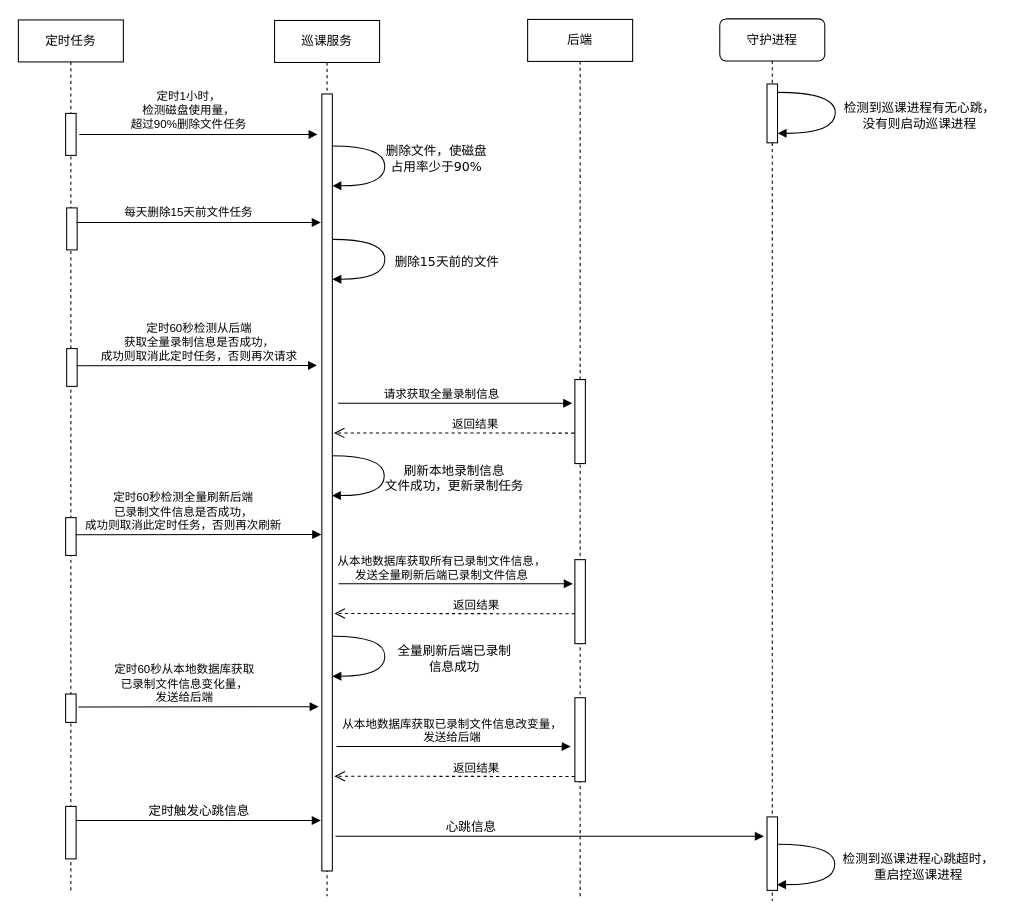
The draw.io diagram 巡课录制定时任务.drawio in huangPeiLc/drawio, before the edit. Source tidied: cells renumbered, new cells numbered last; positions are measured from the earlier drawing's top-left corner, leaving out a move shared by most shapes. Both pictures are drawn from the tidied source at 105%, with x=0, y=0 at pixel (18, 18).
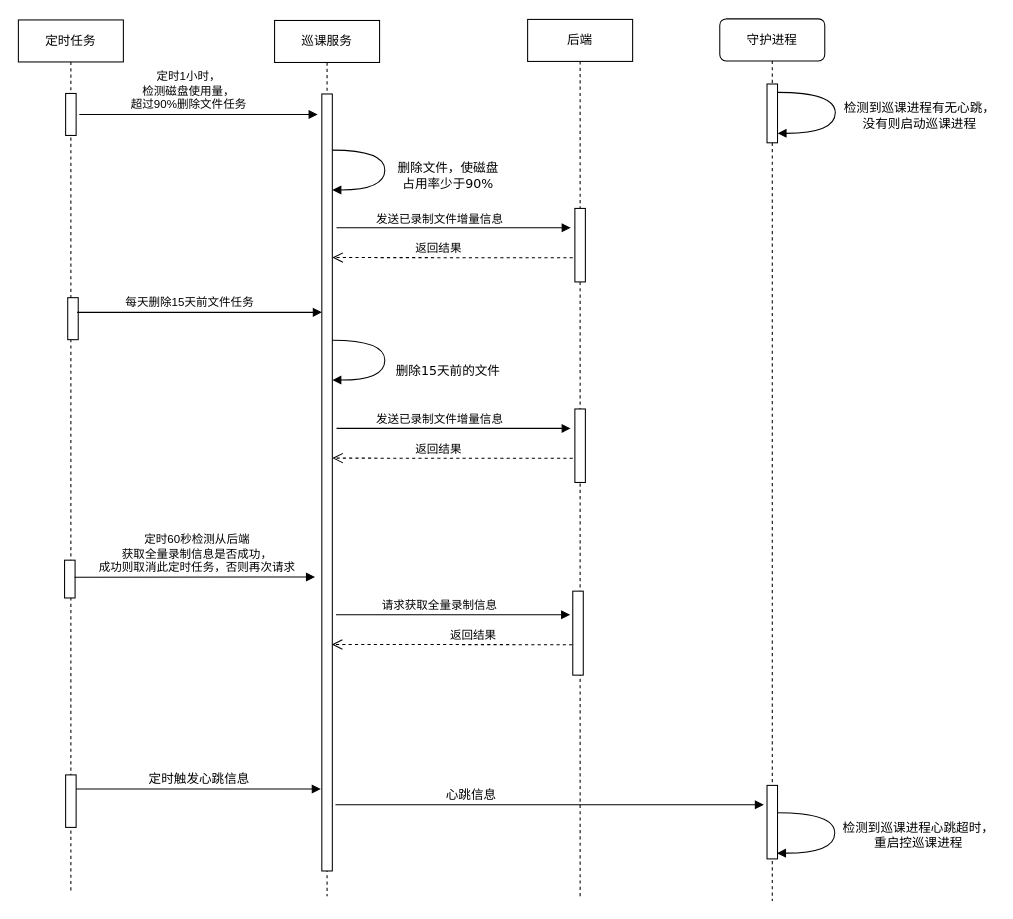
After the change.

Commit message:
Update 巡课录制定时任务.drawio

The change refers to these unchanged cells:
```xml
<mxCell id="4" value="定时任务" style="shape=umlLifeline;perimeter=lifelinePerimeter;whiteSpace=wrap;html=1;" parent="1" vertex="1">
  <mxGeometry y="1.5" width="100" height="829" as="geometry" />
</mxCell>
<mxCell id="12" value="后端" style="shape=umlLifeline;perimeter=lifelinePerimeter;whiteSpace=wrap;html=1;" parent="1" vertex="1">
  <mxGeometry x="485" y="1" width="100" height="835" as="geometry" />
</mxCell>
<mxCell id="30" value="守护进程" style="shape=umlLifeline;perimeter=lifelinePerimeter;whiteSpace=wrap;html=1;rounded=1;shadow=0;comic=0;labelBackgroundColor=none;strokeColor=#000000;strokeWidth=1;fillColor=#FFFFFF;fontFamily=Verdana;fontSize=12;fontColor=#000000;align=center;" parent="1" vertex="1">
  <mxGeometry x="668" y="0.5" width="100" height="840" as="geometry" />
</mxCell>
```

Change to the diagram source:
```diff
@@
     <mxCell id="5" style="html=1;perimeter=orthogonalPerimeter;" parent="4" vertex="1">
-      <mxGeometry x="46" y="313" width="10" height="36" as="geometry" />
+      <mxGeometry x="44" y="514.5" width="10" height="36" as="geometry" />
     </mxCell>
     <mxCell id="6" style="html=1;perimeter=orthogonalPerimeter;" parent="4" vertex="1">
-      <mxGeometry x="45" y="89" width="10" height="40" as="geometry" />
+      <mxGeometry x="45" y="70" width="10" height="40" as="geometry" />
     </mxCell>
     <mxCell id="7" style="html=1;perimeter=orthogonalPerimeter;" parent="4" vertex="1">
-      <mxGeometry x="46" y="179" width="10" height="40" as="geometry" />
+      <mxGeometry x="47" y="264.5" width="10" height="40" as="geometry" />
     </mxCell>
-    <mxCell id="8" style="html=1;perimeter=orthogonalPerimeter;" parent="4" vertex="1">
-      <mxGeometry x="45" y="474" width="10" height="36" as="geometry" />
-    </mxCell>
     <mxCell id="9" style="html=1;perimeter=orthogonalPerimeter;rounded=0;shadow=0;comic=0;labelBackgroundColor=none;strokeColor=#000000;strokeWidth=1;fillColor=#FFFFFF;fontFamily=Verdana;fontSize=12;fontColor=#000000;align=center;" parent="4" vertex="1">
-      <mxGeometry x="45" y="749" width="10" height="50" as="geometry" />
+      <mxGeometry x="45" y="719" width="10" height="50" as="geometry" />
     </mxCell>
     <mxCell id="10" value="&lt;div&gt;定时60秒检测从后端&lt;/div&gt;&lt;div&gt;获取全量录制信息是否成功，&lt;/div&gt;&lt;div&gt;成功则取消此定时任务，否则再次请求&lt;br&gt;&lt;/div&gt;" style="html=1;verticalAlign=bottom;endArrow=block;" parent="1" edge="1">
       <mxGeometry x="0.02" relative="1" as="geometry">
-        <mxPoint x="55.5" y="330.8" as="sourcePoint" />
-        <mxPoint x="284.5" y="330.5" as="targetPoint" />
+        <mxPoint x="53.5" y="532.3" as="sourcePoint" />
+        <mxPoint x="282.5" y="532" as="targetPoint" />
       </mxGeometry>
     </mxCell>
     <mxCell id="11" value="&lt;div&gt;定时1小时，&lt;/div&gt;&lt;div&gt;检测磁盘使用量，&lt;/div&gt;&lt;div&gt;超过90%删除文件任务&lt;/div&gt;" style="html=1;verticalAlign=bottom;endArrow=block;" parent="1" edge="1">
       <mxGeometry x="-0.08" y="1" relative="1" as="geometry">
-        <mxPoint x="58" y="110.5" as="sourcePoint" />
-        <mxPoint x="285" y="110.5" as="targetPoint" />
+        <mxPoint x="58" y="91.5" as="sourcePoint" />
+        <mxPoint x="285" y="91.5" as="targetPoint" />
       </mxGeometry>
     </mxCell>
@@
     <mxCell id="13" style="html=1;perimeter=orthogonalPerimeter;" parent="12" vertex="1">
-      <mxGeometry x="45" y="343" width="10" height="80" as="geometry" />
+      <mxGeometry x="43" y="544.5" width="10" height="80" as="geometry" />
     </mxCell>
-    <mxCell id="14" style="html=1;perimeter=orthogonalPerimeter;" parent="12" vertex="1">
-      <mxGeometry x="45" y="646" width="10" height="80" as="geometry" />
-    </mxCell>
+    <mxCell id="37" style="html=1;perimeter=orthogonalPerimeter;" parent="12" vertex="1">
+      <mxGeometry x="45" y="180" width="10" height="70" as="geometry" />
+    </mxCell>
     <mxCell id="15" value="&lt;div&gt;每天删除15天前文件任务&lt;/div&gt;" style="html=1;verticalAlign=bottom;endArrow=block;entryX=0.9;entryY=0.233;entryDx=0;entryDy=0;entryPerimeter=0;" parent="1" edge="1">
       <mxGeometry x="-0.08" y="1" relative="1" as="geometry">
-        <mxPoint x="55" y="194.5" as="sourcePoint" />
-        <mxPoint x="288" y="194.5" as="targetPoint" />
+        <mxPoint x="56" y="280" as="sourcePoint" />
+        <mxPoint x="289" y="280" as="targetPoint" />
       </mxGeometry>
     </mxCell>
-    <mxCell id="16" value="&lt;div&gt;定时60秒检测全量刷新后端&lt;/div&gt;&lt;div&gt;已录制文件信息是否成功，&lt;/div&gt;&lt;div&gt;成功则取消此定时任务，否则再次刷新&lt;br&gt;&lt;/div&gt;" style="html=1;verticalAlign=bottom;endArrow=block;" parent="1" edge="1">
-      <mxGeometry x="-0.12" relative="1" as="geometry">
-        <mxPoint x="54.5" y="491.8" as="sourcePoint" />
-        <mxPoint x="288.5" y="491.5" as="targetPoint" />
-      </mxGeometry>
-    </mxCell>
     <mxCell id="17" value="请求获取全量录制信息" style="html=1;verticalAlign=bottom;endArrow=block;" parent="1" edge="1">
       <mxGeometry x="-0.12" relative="1" as="geometry">
-        <mxPoint x="304.5" y="366.5" as="sourcePoint" />
-        <mxPoint x="527.5" y="366.5" as="targetPoint" />
+        <mxPoint x="302.5" y="568" as="sourcePoint" />
+        <mxPoint x="525.5" y="568" as="targetPoint" />
       </mxGeometry>
     </mxCell>
     <mxCell id="18" value="返回结果" style="html=1;verticalAlign=bottom;endArrow=open;dashed=1;endSize=8;" parent="1" edge="1">
       <mxGeometry x="-0.18" y="1" relative="1" as="geometry">
-        <mxPoint x="529.5" y="395" as="sourcePoint" />
-        <mxPoint x="300.5" y="394.8" as="targetPoint" />
+        <mxPoint x="527.5" y="596.5" as="sourcePoint" />
+        <mxPoint x="298.5" y="596.3" as="targetPoint" />
       </mxGeometry>
     </mxCell>
-    <mxCell id="19" value="&lt;div&gt;刷新本地录制信息&lt;/div&gt;&lt;div&gt;文件成功，更新录制任务&lt;/div&gt;" style="html=1;verticalAlign=bottom;endArrow=block;labelBackgroundColor=none;fontFamily=Verdana;fontSize=12;elbow=vertical;edgeStyle=orthogonalEdgeStyle;curved=1;entryX=1;entryY=0.286;entryPerimeter=0;" parent="1" edge="1">
-      <mxGeometry x="0.28" y="-66" relative="1" as="geometry">
-        <mxPoint x="298.5" y="416.5" as="sourcePoint" />
-        <mxPoint x="298.5" y="454.5" as="targetPoint" />
-        <Array as="points">
-          <mxPoint x="348.5" y="416.3" />
-          <mxPoint x="348.5" y="454.3" />
-        </Array>
-        <mxPoint x="66" y="66" as="offset" />
-      </mxGeometry>
-    </mxCell>
-    <mxCell id="20" style="html=1;perimeter=orthogonalPerimeter;" parent="1" vertex="1">
-      <mxGeometry x="530" y="515.5" width="10" height="80" as="geometry" />
-    </mxCell>
-    <mxCell id="21" value="&lt;div&gt;从本地数据库获取所有已录制文件信息，&lt;/div&gt;&lt;div&gt;发送全量刷新后端已录制文件信息&lt;/div&gt;" style="html=1;verticalAlign=bottom;endArrow=block;" parent="1" edge="1">
-      <mxGeometry x="-0.12" relative="1" as="geometry">
-        <mxPoint x="305" y="538.5" as="sourcePoint" />
-        <mxPoint x="528" y="538.5" as="targetPoint" />
-      </mxGeometry>
-    </mxCell>
-    <mxCell id="22" value="返回结果" style="html=1;verticalAlign=bottom;endArrow=open;dashed=1;endSize=8;" parent="1" edge="1">
-      <mxGeometry x="-0.18" y="1" relative="1" as="geometry">
-        <mxPoint x="530" y="567" as="sourcePoint" />
-        <mxPoint x="301" y="566.8" as="targetPoint" />
-      </mxGeometry>
-    </mxCell>
-    <mxCell id="23" value="&lt;div&gt;全量刷新后端已录制&lt;/div&gt;&lt;div&gt;信息成功&lt;/div&gt;" style="html=1;verticalAlign=bottom;endArrow=block;labelBackgroundColor=none;fontFamily=Verdana;fontSize=12;elbow=vertical;edgeStyle=orthogonalEdgeStyle;curved=1;entryX=1;entryY=0.286;entryPerimeter=0;" parent="1" edge="1">
-      <mxGeometry x="0.28" y="-66" relative="1" as="geometry">
-        <mxPoint x="299" y="588.5" as="sourcePoint" />
-        <mxPoint x="299" y="626.5" as="targetPoint" />
-        <Array as="points">
-          <mxPoint x="349" y="588.3" />
-          <mxPoint x="349" y="626.3" />
-        </Array>
-        <mxPoint x="66" y="66" as="offset" />
-      </mxGeometry>
-    </mxCell>
-    <mxCell id="24" style="html=1;perimeter=orthogonalPerimeter;" parent="1" vertex="1">
-      <mxGeometry x="45" y="643.5" width="10" height="27" as="geometry" />
-    </mxCell>
-    <mxCell id="25" value="&lt;div&gt;定时60秒从本地数据库获取&lt;/div&gt;&lt;div&gt;已录制文件信息变化量，&lt;/div&gt;&lt;div&gt;发送给后端&lt;br&gt;&lt;/div&gt;" style="html=1;verticalAlign=bottom;endArrow=block;" parent="1" edge="1">
-      <mxGeometry x="-0.12" relative="1" as="geometry">
-        <mxPoint x="57" y="655.8" as="sourcePoint" />
-        <mxPoint x="286" y="655.5" as="targetPoint" />
-      </mxGeometry>
-    </mxCell>
     <mxCell id="26" value="&lt;div&gt;删除文件，使磁盘&lt;/div&gt;&lt;div&gt;占用率少于90%&lt;/div&gt;" style="html=1;verticalAlign=bottom;endArrow=block;labelBackgroundColor=none;fontFamily=Verdana;fontSize=12;elbow=vertical;edgeStyle=orthogonalEdgeStyle;curved=1;entryX=1;entryY=0.286;entryPerimeter=0;" parent="1" edge="1">
-      <mxGeometry x="0.28" y="-50" relative="1" as="geometry">
-        <mxPoint x="299" y="121.5" as="sourcePoint" />
-        <mxPoint x="299" y="159.5" as="targetPoint" />
+      <mxGeometry x="0.29" y="61" relative="1" as="geometry">
+        <mxPoint x="299" y="125.5" as="sourcePoint" />
+        <mxPoint x="299" y="163.5" as="targetPoint" />
         <Array as="points">
-          <mxPoint x="349" y="121.3" />
-          <mxPoint x="349" y="159.3" />
+          <mxPoint x="349" y="125.3" />
+          <mxPoint x="349" y="163.3" />
         </Array>
-        <mxPoint x="49" y="41" as="offset" />
+        <mxPoint x="61" y="-58" as="offset" />
       </mxGeometry>
     </mxCell>
     <mxCell id="27" value="删除15天前的文件" style="html=1;verticalAlign=bottom;endArrow=block;labelBackgroundColor=none;fontFamily=Verdana;fontSize=12;elbow=vertical;edgeStyle=orthogonalEdgeStyle;curved=1;entryX=1;entryY=0.286;entryPerimeter=0;" parent="1" edge="1">
-      <mxGeometry x="0.28" y="-60" relative="1" as="geometry">
-        <mxPoint x="299" y="210.5" as="sourcePoint" />
-        <mxPoint x="299" y="248.5" as="targetPoint" />
+      <mxGeometry x="0.29" y="-61" relative="1" as="geometry">
+        <mxPoint x="299" y="306.5" as="sourcePoint" />
+        <mxPoint x="299" y="344.5" as="targetPoint" />
         <Array as="points">
-          <mxPoint x="349" y="210.3" />
-          <mxPoint x="349" y="248.3" />
+          <mxPoint x="349" y="306.3" />
+          <mxPoint x="349" y="344.3" />
         </Array>
-        <mxPoint x="59" y="52" as="offset" />
+        <mxPoint x="61" y="61" as="offset" />
       </mxGeometry>
     </mxCell>
-    <mxCell id="28" value="&lt;div&gt;从本地数据库获取已录制文件信息改变量，&lt;/div&gt;&lt;div&gt;发送给后端&lt;/div&gt;" style="html=1;verticalAlign=bottom;endArrow=block;" parent="1" edge="1">
-      <mxGeometry x="-0.01" relative="1" as="geometry">
-        <mxPoint x="303" y="693.5" as="sourcePoint" />
-        <mxPoint x="526" y="693.5" as="targetPoint" />
-      </mxGeometry>
-    </mxCell>
-    <mxCell id="29" value="返回结果" style="html=1;verticalAlign=bottom;endArrow=open;dashed=1;endSize=8;" parent="1" edge="1">
-      <mxGeometry x="-0.18" y="1" relative="1" as="geometry">
-        <mxPoint x="530" y="722" as="sourcePoint" />
-        <mxPoint x="301" y="721.8" as="targetPoint" />
-      </mxGeometry>
-    </mxCell>
@@
     <mxCell id="33" style="html=1;perimeter=orthogonalPerimeter;" parent="30" vertex="1">
-      <mxGeometry x="45" y="760" width="10" height="70" as="geometry" />
+      <mxGeometry x="45" y="730" width="10" height="70" as="geometry" />
     </mxCell>
     <mxCell id="34" value="定时触发心跳信息" style="html=1;verticalAlign=bottom;endArrow=block;labelBackgroundColor=none;fontFamily=Verdana;fontSize=12;edgeStyle=elbowEdgeStyle;elbow=vertical;" parent="1" edge="1">
       <mxGeometry relative="1" as="geometry">
-        <mxPoint x="55" y="764" as="sourcePoint" />
-        <mxPoint x="288" y="764" as="targetPoint" />
+        <mxPoint x="55" y="734" as="sourcePoint" />
+        <mxPoint x="288" y="734" as="targetPoint" />
         <Array as="points">
-          <mxPoint x="60" y="764" />
+          <mxPoint x="60" y="734" />
         </Array>
       </mxGeometry>
     </mxCell>
     <mxCell id="35" value="心跳信息" style="html=1;verticalAlign=bottom;endArrow=block;labelBackgroundColor=none;fontFamily=Verdana;fontSize=12;edgeStyle=elbowEdgeStyle;elbow=vertical;" parent="1" edge="1">
       <mxGeometry x="-0.37" relative="1" as="geometry">
-        <mxPoint x="302" y="779" as="sourcePoint" />
-        <mxPoint x="710" y="779" as="targetPoint" />
+        <mxPoint x="302" y="749" as="sourcePoint" />
+        <mxPoint x="710" y="749" as="targetPoint" />
         <Array as="points">
-          <mxPoint x="307" y="779" />
+          <mxPoint x="307" y="749" />
         </Array>
       </mxGeometry>
     </mxCell>
     <mxCell id="36" value="&lt;div&gt;检测到巡课进程心跳超时，&lt;/div&gt;&lt;div&gt;重启控巡课进程&lt;/div&gt;" style="html=1;verticalAlign=bottom;endArrow=block;labelBackgroundColor=none;fontFamily=Verdana;fontSize=12;elbow=vertical;edgeStyle=orthogonalEdgeStyle;curved=1;exitX=1;exitY=0.51;exitPerimeter=0;exitDx=0;exitDy=0;" parent="1" edge="1">
       <mxGeometry x="0.26" y="-80" relative="1" as="geometry">
-        <mxPoint x="722.5" y="786.5" as="sourcePoint" />
-        <mxPoint x="722.5" y="825" as="targetPoint" />
+        <mxPoint x="722.5" y="756.5" as="sourcePoint" />
+        <mxPoint x="722.5" y="795" as="targetPoint" />
         <Array as="points">
-          <mxPoint x="777.5" y="786" />
-          <mxPoint x="777.5" y="825" />
+          <mxPoint x="777.5" y="756" />
+          <mxPoint x="777.5" y="795" />
         </Array>
         <mxPoint x="80" y="80" as="offset" />
       </mxGeometry>
     </mxCell>
+    <mxCell id="38" value="发送已录制文件增量信息" style="html=1;verticalAlign=bottom;endArrow=block;" parent="1" edge="1">
+      <mxGeometry x="-0.12" relative="1" as="geometry">
+        <mxPoint x="303" y="199.5" as="sourcePoint" />
+        <mxPoint x="526" y="199.5" as="targetPoint" />
+      </mxGeometry>
+    </mxCell>
+    <mxCell id="39" value="返回结果" style="html=1;verticalAlign=bottom;endArrow=open;dashed=1;endSize=8;" parent="1" edge="1">
+      <mxGeometry x="0.12" relative="1" as="geometry">
+        <mxPoint x="528" y="228" as="sourcePoint" />
+        <mxPoint x="299" y="227.8" as="targetPoint" />
+      </mxGeometry>
+    </mxCell>
+    <mxCell id="40" style="html=1;perimeter=orthogonalPerimeter;" parent="1" vertex="1">
+      <mxGeometry x="530" y="372" width="10" height="70" as="geometry" />
+    </mxCell>
+    <mxCell id="41" value="发送已录制文件增量信息" style="html=1;verticalAlign=bottom;endArrow=block;" parent="1" edge="1">
+      <mxGeometry x="-0.12" relative="1" as="geometry">
+        <mxPoint x="303" y="390.5" as="sourcePoint" />
+        <mxPoint x="526" y="390.5" as="targetPoint" />
+      </mxGeometry>
+    </mxCell>
+    <mxCell id="42" value="返回结果" style="html=1;verticalAlign=bottom;endArrow=open;dashed=1;endSize=8;" parent="1" edge="1">
+      <mxGeometry x="0.12" relative="1" as="geometry">
+        <mxPoint x="528" y="419" as="sourcePoint" />
+        <mxPoint x="299" y="418.8" as="targetPoint" />
+      </mxGeometry>
+    </mxCell>
```
